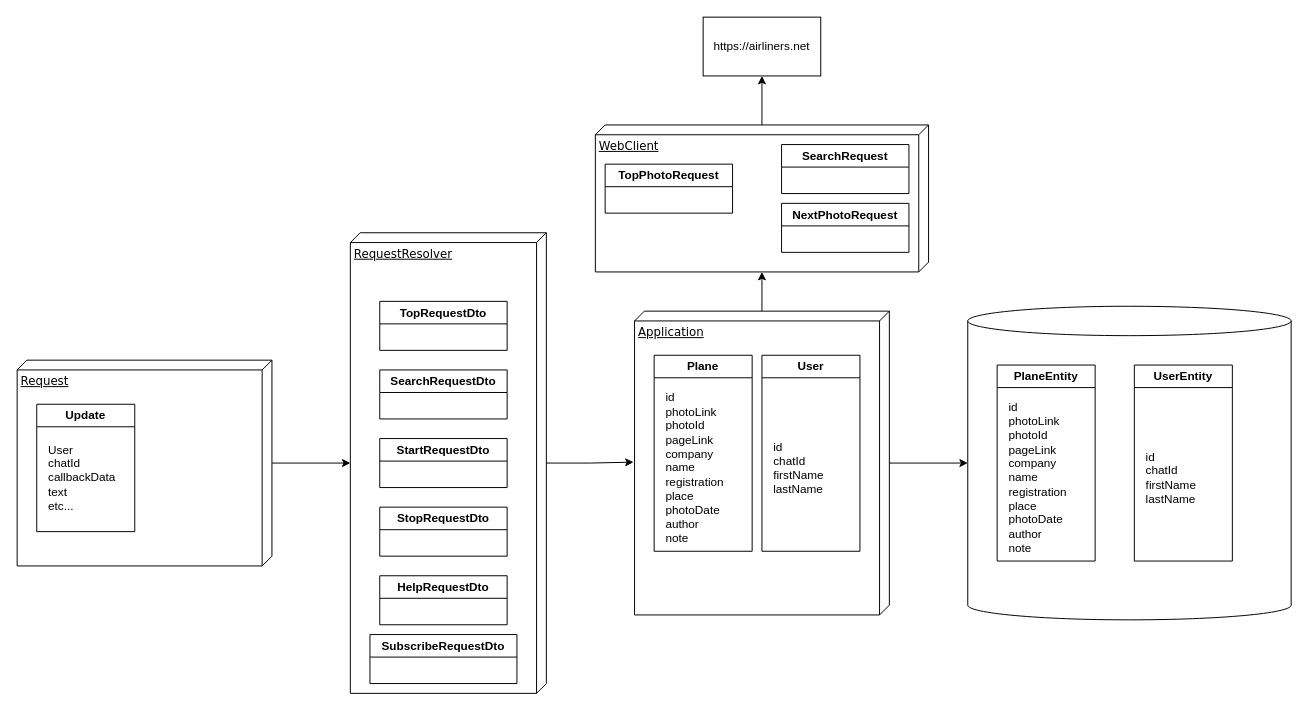
svyaz/airliners-daily-bot keeps this draw.io diagram as doc/App-Components.drawio. Above is the earlier version. Source tidied: cells renumbered, new cells numbered last; positions are measured from the earlier drawing's top-left corner, leaving out a move shared by most shapes. Both pictures are drawn from the tidied source at 98%, with x=0, y=0 at pixel (17, 17).
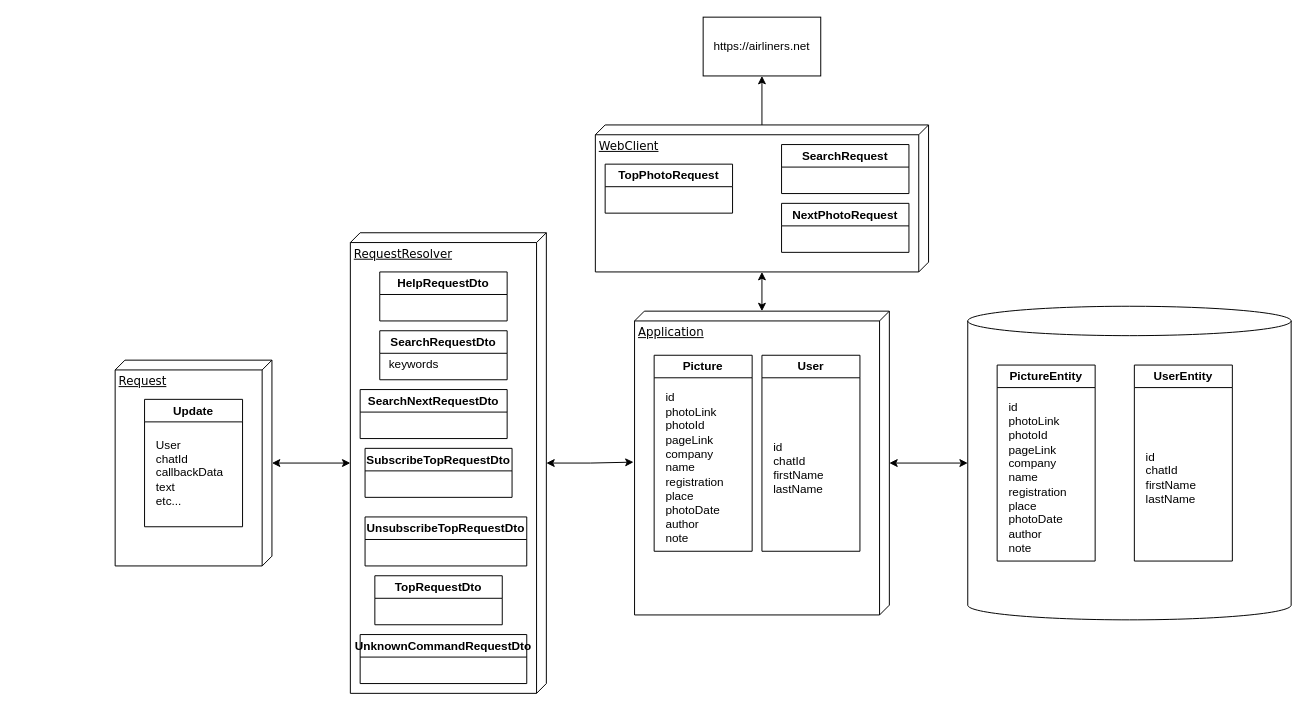
Above is the later version.

Unchanged cells that the change refers to:
```xml
<mxCell id="2" value="RequestResolver" style="verticalAlign=top;align=left;spacingTop=8;spacingLeft=2;spacingRight=12;shape=cube;size=10;direction=south;fontStyle=4;html=1;rounded=0;shadow=0;comic=0;labelBackgroundColor=none;strokeWidth=1;fontFamily=Verdana;fontSize=12;" parent="1" vertex="1">
  <mxGeometry x="340" y="220" width="200" height="470" as="geometry" />
</mxCell>
<mxCell id="3" style="group;" parent="1" vertex="1">
  <mxGeometry x="970" y="295" width="330" height="320" as="geometry" />
</mxCell>
<mxCell id="4" style="shape=cylinder3;whiteSpace=wrap;html=1;boundedLbl=1;backgroundOutline=1;size=15;align=left;" parent="3" vertex="1">
  <mxGeometry width="330" height="320" as="geometry" />
</mxCell>
<mxCell id="9" style="group;" parent="1" vertex="1">
  <mxGeometry x="630" y="300" width="260" height="310" as="geometry" />
</mxCell>
<mxCell id="10" value="Application" style="verticalAlign=top;align=left;spacingTop=8;spacingLeft=2;spacingRight=12;shape=cube;size=10;direction=south;fontStyle=4;html=1;rounded=0;shadow=0;comic=0;labelBackgroundColor=none;strokeWidth=1;fontFamily=Verdana;fontSize=12;" parent="9" vertex="1">
  <mxGeometry width="260" height="310" as="geometry" />
</mxCell>
<mxCell id="24" value="WebClient" style="verticalAlign=top;align=left;spacingTop=8;spacingLeft=2;spacingRight=12;shape=cube;size=10;direction=south;fontStyle=4;html=1;rounded=0;shadow=0;comic=0;labelBackgroundColor=none;strokeWidth=1;fontFamily=Verdana;fontSize=12;" parent="1" vertex="1">
  <mxGeometry x="590" y="110" width="340" height="150" as="geometry" />
</mxCell>
<mxCell id="29" style="group;" parent="1" vertex="1">
  <mxGeometry y="350" width="260" height="210" as="geometry" />
</mxCell>
```

Change to the diagram source:
```diff
@@
-    <mxCell id="5" value="PlaneEntity" style="swimlane;whiteSpace=wrap;html=1;startSize=23;align=center;" parent="3" vertex="1">
+    <mxCell id="5" value="PictureEntity" style="swimlane;whiteSpace=wrap;html=1;startSize=23;align=center;" parent="3" vertex="1">
       <mxGeometry x="30" y="60" width="100" height="200" as="geometry" />
     </mxCell>
@@
-    <mxCell id="11" value="Plane" style="swimlane;whiteSpace=wrap;html=1;startSize=23;align=center;" parent="9" vertex="1">
+    <mxCell id="11" value="Picture" style="swimlane;whiteSpace=wrap;html=1;startSize=23;align=center;" parent="9" vertex="1">
       <mxGeometry x="20" y="45" width="100" height="200" as="geometry" />
     </mxCell>
@@
-    <mxCell id="15" value="StopRequestDto" style="swimlane;whiteSpace=wrap;html=1;" parent="1" vertex="1">
-      <mxGeometry x="370" y="500" width="130" height="50" as="geometry" />
+    <mxCell id="15" value="UnsubscribeTopRequestDto" style="swimlane;whiteSpace=wrap;html=1;" parent="1" vertex="1">
+      <mxGeometry x="355" y="510" width="165" height="50" as="geometry" />
     </mxCell>
-    <mxCell id="16" value="StartRequestDto" style="swimlane;whiteSpace=wrap;html=1;" parent="1" vertex="1">
-      <mxGeometry x="370" y="430" width="130" height="50" as="geometry" />
-    </mxCell>
     <mxCell id="17" value="HelpRequestDto" style="swimlane;whiteSpace=wrap;html=1;" parent="1" vertex="1">
-      <mxGeometry x="370" y="570" width="130" height="50" as="geometry" />
+      <mxGeometry x="370" y="260" width="130" height="50" as="geometry" />
     </mxCell>
     <mxCell id="18" value="SearchRequestDto" style="swimlane;whiteSpace=wrap;html=1;" parent="1" vertex="1">
-      <mxGeometry x="370" y="360" width="130" height="50" as="geometry" />
+      <mxGeometry x="370" y="320" width="130" height="50" as="geometry" />
     </mxCell>
-    <mxCell id="19" value="TopRequestDto" style="swimlane;whiteSpace=wrap;html=1;" parent="1" vertex="1">
-      <mxGeometry x="370" y="290" width="130" height="50" as="geometry" />
-    </mxCell>
-    <mxCell id="20" style="edgeStyle=orthogonalEdgeStyle;rounded=0;jettySize=auto;html=1;entryX=0.497;entryY=1.004;entryDx=0;entryDy=0;entryPerimeter=0;" parent="1" edge="1" source="2" target="10">
+    <mxCell id="20" style="edgeStyle=orthogonalEdgeStyle;rounded=0;jettySize=auto;html=1;entryX=0.497;entryY=1.004;entryDx=0;entryDy=0;entryPerimeter=0;startArrow=classic;startFill=1;" parent="1" edge="1" source="2" target="10">
       <mxGeometry relative="1" as="geometry" />
     </mxCell>
-    <mxCell id="21" style="edgeStyle=orthogonalEdgeStyle;rounded=0;jettySize=auto;html=1;entryX=0;entryY=0.5;entryDx=0;entryDy=0;entryPerimeter=0;" parent="1" edge="1" source="10" target="4">
+    <mxCell id="21" style="edgeStyle=orthogonalEdgeStyle;rounded=0;jettySize=auto;html=1;entryX=0;entryY=0.5;entryDx=0;entryDy=0;entryPerimeter=0;startArrow=classic;startFill=1;" parent="1" edge="1" source="10" target="4">
       <mxGeometry relative="1" as="geometry" />
     </mxCell>
@@
-    <mxCell id="25" style="edgeStyle=orthogonalEdgeStyle;rounded=0;jettySize=auto;html=1;" parent="1" edge="1" source="10" target="24">
+    <mxCell id="25" style="edgeStyle=orthogonalEdgeStyle;rounded=0;jettySize=auto;html=1;startArrow=classic;startFill=1;" parent="1" edge="1" source="10" target="24">
       <mxGeometry relative="1" as="geometry" />
     </mxCell>
@@
     <mxCell id="30" value="Request" style="verticalAlign=top;align=left;spacingTop=8;spacingLeft=2;spacingRight=12;shape=cube;size=10;direction=south;fontStyle=4;html=1;rounded=0;shadow=0;comic=0;labelBackgroundColor=none;strokeWidth=1;fontFamily=Verdana;fontSize=12;" parent="29" vertex="1">
-      <mxGeometry width="260" height="210" as="geometry" />
+      <mxGeometry x="100" width="160" height="210" as="geometry" />
     </mxCell>
     <mxCell id="31" value="Update" style="swimlane;whiteSpace=wrap;html=1;startSize=23;align=center;" parent="29" vertex="1">
-      <mxGeometry x="20" y="45" width="100" height="130" as="geometry" />
+      <mxGeometry x="130" y="40" width="100" height="130" as="geometry" />
     </mxCell>
@@
+    <mxCell id="34" value="SubscribeTopRequestDto" style="swimlane;whiteSpace=wrap;html=1;" parent="1" vertex="1">
+      <mxGeometry x="355" y="440" width="150" height="50" as="geometry" />
+    </mxCell>
-    <mxCell id="33" style="edgeStyle=orthogonalEdgeStyle;rounded=0;jettySize=auto;html=1;" parent="1" edge="1" source="30" target="2">
+    <mxCell id="33" style="edgeStyle=orthogonalEdgeStyle;rounded=0;jettySize=auto;html=1;startArrow=classic;startFill=1;" parent="1" edge="1" source="30" target="2">
       <mxGeometry relative="1" as="geometry" />
     </mxCell>
-    <mxCell id="34" value="SubscribeRequestDto" style="swimlane;whiteSpace=wrap;html=1;" parent="1" vertex="1">
-      <mxGeometry x="360" y="630" width="150" height="50" as="geometry" />
-    </mxCell>
+    <mxCell id="35" value="SearchNext&lt;span style=&quot;background-color: initial;&quot;&gt;RequestDto&lt;/span&gt;" style="swimlane;whiteSpace=wrap;html=1;" parent="1" vertex="1">
+      <mxGeometry x="350" y="380" width="150" height="50" as="geometry" />
+    </mxCell>
+    <mxCell id="19" value="TopRequestDto" style="swimlane;whiteSpace=wrap;html=1;" parent="1" vertex="1">
+      <mxGeometry x="365" y="570" width="130" height="50" as="geometry" />
+    </mxCell>
+    <mxCell id="36" value="keywords" style="text;html=1;align=center;verticalAlign=middle;whiteSpace=wrap;rounded=0;" parent="1" vertex="1">
+      <mxGeometry x="370" y="340" width="70" height="30" as="geometry" />
+    </mxCell>
+    <mxCell id="37" value="UnknownCommandRequestDto" style="swimlane;whiteSpace=wrap;html=1;" parent="1" vertex="1">
+      <mxGeometry x="350" y="630" width="170" height="50" as="geometry" />
+    </mxCell>
```
